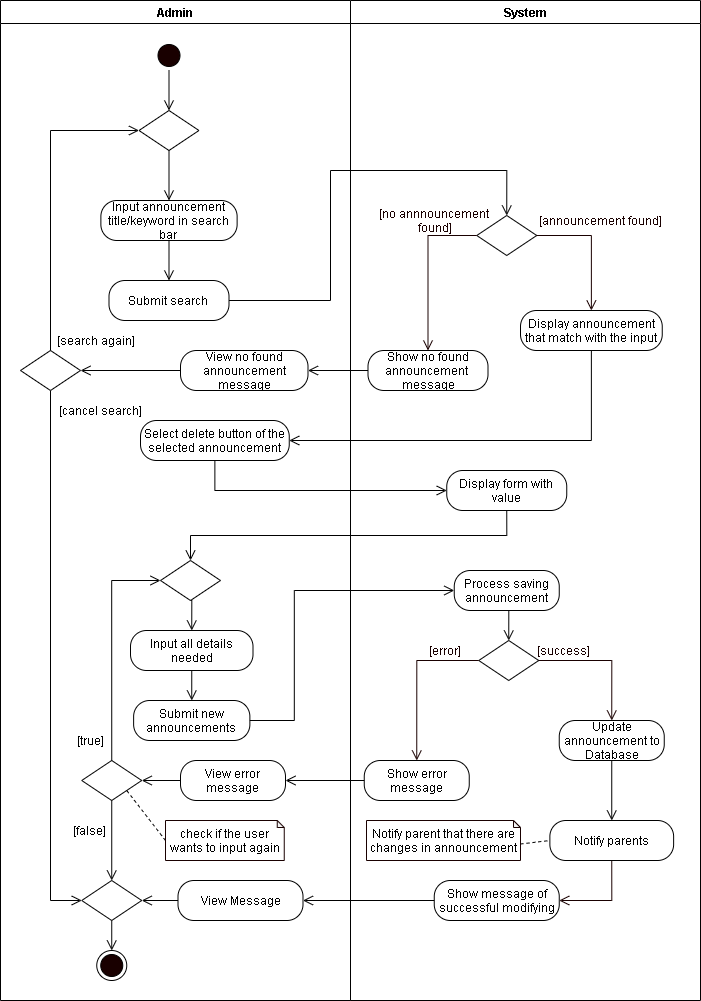
Earlier version of the draw.io export REVISIONS/UML-DIAGRAMS/6-28-2021/ACTIVITY DIAGRAM/24-Edit Announcement.png (mrklglsn/CAPSTONE-FILES). Source tidied: cells renumbered, new cells last; positions are measured from the earlier drawing's top-left corner, leaving out a move shared by most shapes.
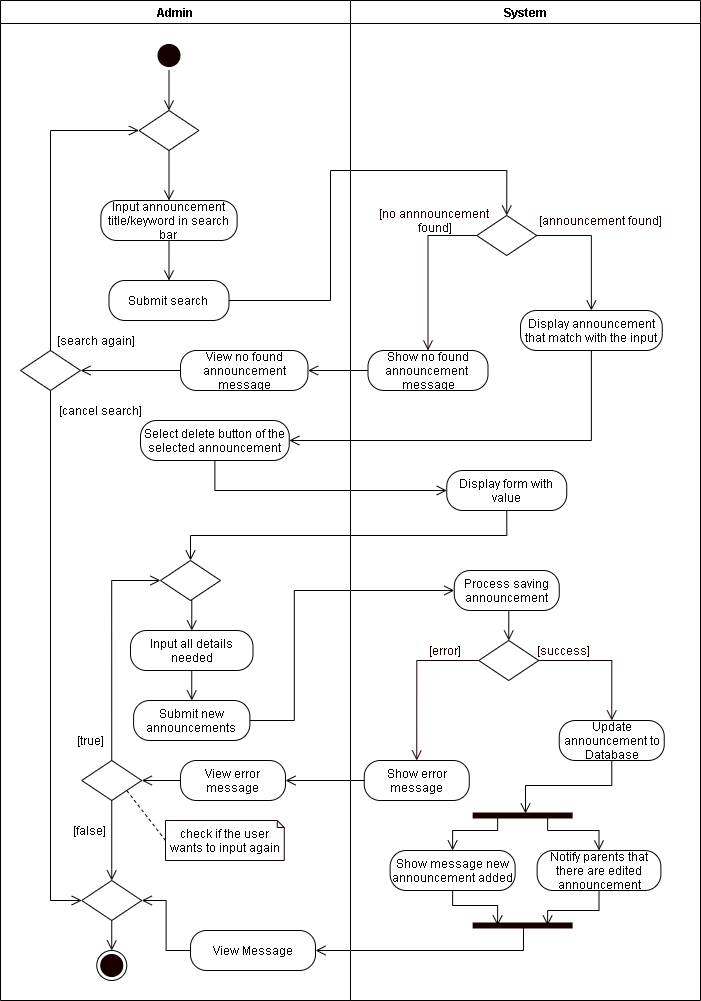
After the commit.

What changed in the source:
```diff
@@ -26,6 +26,9 @@
     <mxCell id="9" value="[true]" style="text;html=1;align=center;verticalAlign=middle;strokeColor=none;" parent="2" vertex="1">
       <mxGeometry x="70" y="730" width="40" height="20" as="geometry" />
     </mxCell>
+    <mxCell id="17" value="View Message" style="rounded=1;whiteSpace=wrap;html=1;arcSize=40;" parent="2" vertex="1">
+      <mxGeometry x="190" y="930" width="125" height="40" as="geometry" />
+    </mxCell>
     <mxCell id="10" value="System" style="swimlane;" parent="1" vertex="1">
       <mxGeometry x="350" width="350" height="1000" as="geometry" />
     </mxCell>
@@ -47,9 +50,6 @@
     <mxCell id="16" style="ellipse;html=1;shape=endState;fillColor=#190000;" parent="10" vertex="1">
       <mxGeometry x="-253.8" y="950" width="30" height="30" as="geometry" />
     </mxCell>
-    <mxCell id="17" value="View Message" style="rounded=1;whiteSpace=wrap;html=1;arcSize=40;" parent="10" vertex="1">
-      <mxGeometry x="-172.5" y="880" width="125" height="40" as="geometry" />
-    </mxCell>
     <mxCell id="18" style="edgeStyle=orthogonalEdgeStyle;rounded=0;jettySize=auto;html=1;exitX=0;exitY=0.5;exitDx=0;exitDy=0;entryX=1;entryY=0.5;entryDx=0;entryDy=0;endArrow=open;endFill=0;endSize=8;" parent="10" edge="1" source="19" target="12">
       <mxGeometry relative="1" as="geometry" />
     </mxCell>
@@ -65,9 +65,6 @@
     <mxCell id="22" style="edgeStyle=orthogonalEdgeStyle;rounded=0;jettySize=auto;html=1;exitX=0.5;exitY=1;exitDx=0;exitDy=0;endArrow=open;endFill=0;endSize=8;startArrow=none;entryX=0.5;entryY=0;entryDx=0;entryDy=0;" parent="10" edge="1" source="12" target="21">
       <mxGeometry relative="1" as="geometry" />
     </mxCell>
-    <mxCell id="23" style="edgeStyle=orthogonalEdgeStyle;rounded=0;jettySize=auto;html=1;exitX=0;exitY=0.5;exitDx=0;exitDy=0;entryX=1;entryY=0.5;entryDx=0;entryDy=0;endArrow=open;endFill=0;endSize=8;" parent="10" edge="1" source="17" target="21">
-      <mxGeometry relative="1" as="geometry" />
-    </mxCell>
     <mxCell id="24" value="Process saving announcement" style="rounded=1;whiteSpace=wrap;html=1;arcSize=40;" parent="10" vertex="1">
       <mxGeometry x="103.8" y="570" width="105" height="40" as="geometry" />
     </mxCell>
@@ -86,7 +83,7 @@
     <mxCell id="29" value="Show error message" style="rounded=1;whiteSpace=wrap;html=1;arcSize=40;" parent="10" vertex="1">
       <mxGeometry x="13.8" y="760" width="105" height="40" as="geometry" />
     </mxCell>
-    <mxCell id="30" style="edgeStyle=orthogonalEdgeStyle;rounded=0;jettySize=auto;html=1;exitX=0.5;exitY=1;exitDx=0;exitDy=0;entryX=0.5;entryY=0;entryDx=0;entryDy=0;endArrow=open;endFill=0;endSize=8;" parent="10" edge="1" source="31" target="38">
+    <mxCell id="30" style="edgeStyle=orthogonalEdgeStyle;rounded=0;jettySize=auto;html=1;exitX=0.5;exitY=1;exitDx=0;exitDy=0;entryX=0.529;entryY=0.3;entryDx=0;entryDy=0;endArrow=open;endFill=0;endSize=8;entryPerimeter=0;" parent="10" edge="1" source="31" target="73">
       <mxGeometry relative="1" as="geometry" />
     </mxCell>
     <mxCell id="31" value="Update announcement to Database" style="rounded=1;whiteSpace=wrap;html=1;arcSize=40;" parent="10" vertex="1">
@@ -98,27 +95,48 @@
     <mxCell id="33" style="edgeStyle=orthogonalEdgeStyle;rounded=0;jettySize=auto;html=1;exitX=1;exitY=0.5;exitDx=0;exitDy=0;fontColor=#FFFFFF;endArrow=open;endFill=0;endSize=8;strokeColor=#190000;entryX=0.5;entryY=0;entryDx=0;entryDy=0;" parent="10" edge="1" source="25" target="31">
       <mxGeometry relative="1" as="geometry" />
     </mxCell>
-    <mxCell id="34" value="Show message of successful modifying" style="rounded=1;whiteSpace=wrap;html=1;arcSize=40;" parent="10" vertex="1">
-      <mxGeometry x="83.8" y="880" width="125" height="40" as="geometry" />
-    </mxCell>
-    <mxCell id="35" style="edgeStyle=orthogonalEdgeStyle;rounded=0;jettySize=auto;html=1;exitX=0;exitY=0.5;exitDx=0;exitDy=0;entryX=1;entryY=0.5;entryDx=0;entryDy=0;endArrow=open;endFill=0;endSize=8;" parent="10" edge="1" source="34" target="17">
-      <mxGeometry relative="1" as="geometry" />
-    </mxCell>
-    <mxCell id="36" style="edgeStyle=orthogonalEdgeStyle;rounded=0;jettySize=auto;html=1;entryX=1;entryY=0.5;entryDx=0;entryDy=0;fontColor=#FFFFFF;endArrow=open;endFill=0;endSize=8;strokeColor=#190000;exitX=0.5;exitY=1;exitDx=0;exitDy=0;" parent="10" edge="1" source="38" target="34">
-      <mxGeometry relative="1" as="geometry" />
-    </mxCell>
     <mxCell id="37" style="edgeStyle=orthogonalEdgeStyle;rounded=0;jettySize=auto;html=1;exitX=0;exitY=0.5;exitDx=0;exitDy=0;entryX=1;entryY=0.5;entryDx=0;entryDy=0;endArrow=open;endFill=0;endSize=8;" parent="10" edge="1" source="29" target="19">
       <mxGeometry relative="1" as="geometry" />
     </mxCell>
-    <mxCell id="38" value="Notify parents" style="rounded=1;whiteSpace=wrap;html=1;arcSize=40;" parent="10" vertex="1">
-      <mxGeometry x="199.4" y="820" width="123.8" height="40" as="geometry" />
-    </mxCell>
-    <mxCell id="39" style="rounded=0;jettySize=auto;html=1;exitX=0;exitY=0;exitDx=154;exitDy=23.5;exitPerimeter=0;entryX=0;entryY=0.5;entryDx=0;entryDy=0;endArrow=none;endFill=0;endSize=8;dashed=1;" parent="10" edge="1" source="40" target="38">
-      <mxGeometry relative="1" as="geometry" />
-    </mxCell>
-    <mxCell id="40" value="Notify parent that there are changes in announcement" style="shape=note;whiteSpace=wrap;html=1;backgroundOutline=1;darkOpacity=0.05;strokeColor=#190000;size=7;" parent="10" vertex="1">
-      <mxGeometry x="16" y="820" width="154" height="40" as="geometry" />
-    </mxCell>
+    <mxCell id="69" value="Show message new announcement added" style="rounded=1;whiteSpace=wrap;html=1;arcSize=40;" parent="10" vertex="1">
+      <mxGeometry x="39.6" y="850" width="125" height="40" as="geometry" />
+    </mxCell>
+    <mxCell id="70" value="Notify parents that there are edited announcement" style="rounded=1;whiteSpace=wrap;html=1;arcSize=40;" parent="10" vertex="1">
+      <mxGeometry x="186.6" y="850" width="123.8" height="40" as="geometry" />
+    </mxCell>
+    <mxCell id="71" style="edgeStyle=orthogonalEdgeStyle;rounded=0;jettySize=auto;html=1;exitX=0.25;exitY=0.5;exitDx=0;exitDy=0;exitPerimeter=0;endArrow=open;endFill=0;endSize=8;" parent="10" edge="1" source="73" target="69">
+      <mxGeometry relative="1" as="geometry">
+        <Array as="points">
+          <mxPoint x="147.1" y="830" />
+          <mxPoint x="102.1" y="830" />
+        </Array>
+      </mxGeometry>
+    </mxCell>
+    <mxCell id="72" style="edgeStyle=orthogonalEdgeStyle;rounded=0;jettySize=auto;html=1;exitX=0.75;exitY=0.5;exitDx=0;exitDy=0;exitPerimeter=0;endArrow=open;endFill=0;endSize=8;entryX=0.5;entryY=0;entryDx=0;entryDy=0;" parent="10" edge="1" source="73" target="70">
+      <mxGeometry relative="1" as="geometry">
+        <Array as="points">
+          <mxPoint x="197.1" y="830" />
+          <mxPoint x="248.1" y="830" />
+        </Array>
+      </mxGeometry>
+    </mxCell>
+    <mxCell id="73" style="shape=line;html=1;strokeWidth=6;strokeColor=#190000;" parent="10" vertex="1">
+      <mxGeometry x="122.1" y="810" width="100" height="10" as="geometry" />
+    </mxCell>
+    <mxCell id="74" style="shape=line;html=1;strokeWidth=6;strokeColor=#190000;" parent="10" vertex="1">
+      <mxGeometry x="122.1" y="920" width="100" height="10" as="geometry" />
+    </mxCell>
+    <mxCell id="75" style="edgeStyle=orthogonalEdgeStyle;rounded=0;jettySize=auto;html=1;exitX=0.5;exitY=1;exitDx=0;exitDy=0;endArrow=open;endFill=0;endSize=8;entryX=0.25;entryY=0.5;entryDx=0;entryDy=0;entryPerimeter=0;" parent="10" edge="1" source="69" target="74">
+      <mxGeometry relative="1" as="geometry">
+        <Array as="points">
+          <mxPoint x="102.1" y="905" />
+          <mxPoint x="147.1" y="905" />
+        </Array>
+      </mxGeometry>
+    </mxCell>
+    <mxCell id="76" style="edgeStyle=orthogonalEdgeStyle;rounded=0;jettySize=auto;html=1;exitX=0.5;exitY=1;exitDx=0;exitDy=0;entryX=0.75;entryY=0.5;entryDx=0;entryDy=0;entryPerimeter=0;endArrow=open;endFill=0;endSize=8;" parent="10" edge="1" source="70" target="74">
+      <mxGeometry relative="1" as="geometry" />
+    </mxCell>
     <mxCell id="41" value="Input announcement title/keyword in search bar" style="rounded=1;whiteSpace=wrap;html=1;arcSize=40;" parent="1" vertex="1">
       <mxGeometry x="100.4" y="200" width="136.2" height="40" as="geometry" />
     </mxCell>
@@ -214,5 +232,15 @@
     <mxCell id="68" style="edgeStyle=orthogonalEdgeStyle;rounded=0;jettySize=auto;html=1;exitX=0.5;exitY=1;exitDx=0;exitDy=0;entryX=0.5;entryY=0;entryDx=0;entryDy=0;endArrow=open;endFill=0;endSize=8;" parent="1" edge="1" source="11" target="8">
       <mxGeometry relative="1" as="geometry" />
     </mxCell>
+    <mxCell id="23" style="edgeStyle=orthogonalEdgeStyle;rounded=0;jettySize=auto;html=1;exitX=0;exitY=0.5;exitDx=0;exitDy=0;entryX=1;entryY=0.5;entryDx=0;entryDy=0;endArrow=open;endFill=0;endSize=8;" parent="1" edge="1" source="17" target="21">
+      <mxGeometry relative="1" as="geometry" />
+    </mxCell>
+    <mxCell id="35" style="edgeStyle=orthogonalEdgeStyle;rounded=0;jettySize=auto;html=1;exitX=0.509;exitY=0.559;exitDx=0;exitDy=0;entryX=1;entryY=0.5;entryDx=0;entryDy=0;endArrow=open;endFill=0;endSize=8;exitPerimeter=0;" parent="1" edge="1" source="74" target="17">
+      <mxGeometry relative="1" as="geometry">
+        <Array as="points">
+          <mxPoint x="523" y="950" />
+        </Array>
+      </mxGeometry>
+    </mxCell>
   </root>
 </mxGraphModel>
```
